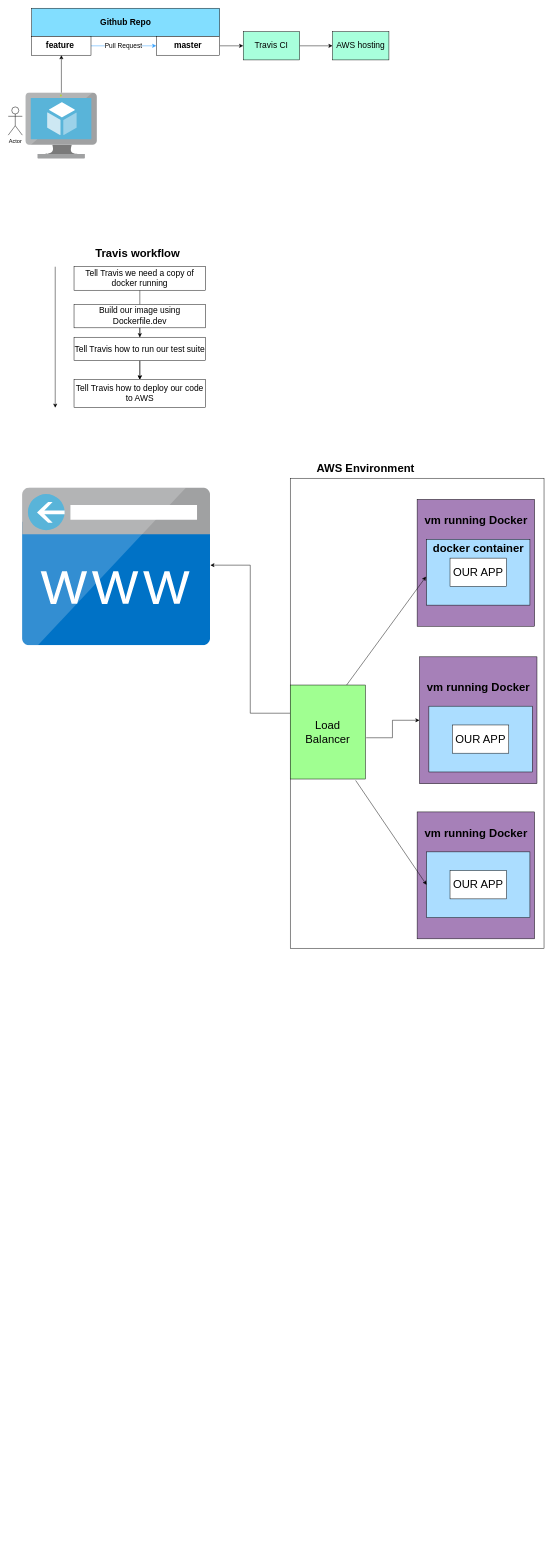
This is page "CI AND DEPLOYMENT" (8 of 10) of Untitled Diagram.drawio from hephaestus88/docker, a draw.io file, before an edit. Source tidied: cells renumbered, new cells numbered last; positions are measured from the earlier drawing's top-left corner, leaving out a move shared by most shapes. Both pictures are drawn from the tidied source at 47%, with x=0, y=0 at pixel (8, 8).
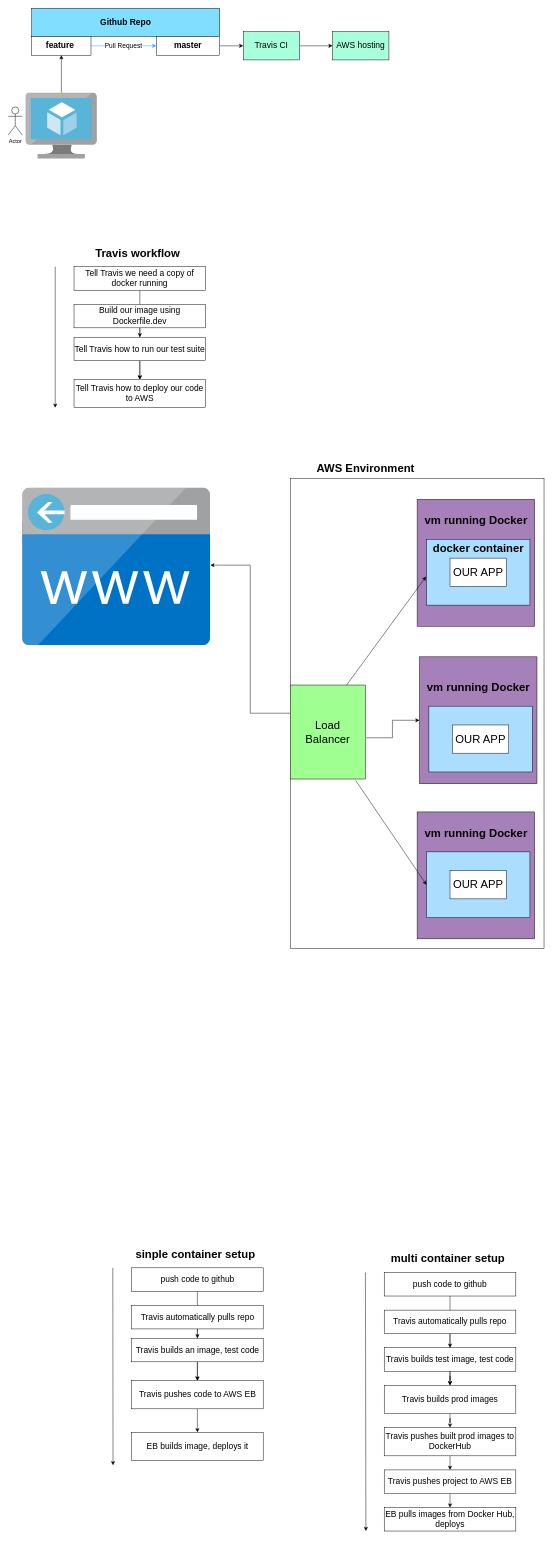
The same page after the edit.

Change to the diagram source:
```diff
@@
+    <mxCell id="43" style="edgeStyle=orthogonalEdgeStyle;rounded=0;jettySize=auto;html=1;" parent="1" edge="1" source="44" target="48">
+      <mxGeometry relative="1" as="geometry" />
+    </mxCell>
+    <mxCell id="44" value="&lt;span style=&quot;font-size: 18px;&quot;&gt;push code to github&lt;/span&gt;" style="rounded=0;whiteSpace=wrap;html=1;" parent="1" vertex="1">
+      <mxGeometry x="262.5" y="2680" width="280" height="50" as="geometry" />
+    </mxCell>
+    <mxCell id="45" style="edgeStyle=orthogonalEdgeStyle;rounded=0;jettySize=auto;html=1;" parent="1" edge="1" source="46" target="50">
+      <mxGeometry relative="1" as="geometry" />
+    </mxCell>
+    <mxCell id="46" value="&lt;span style=&quot;font-size: 18px;&quot;&gt;Travis automatically pulls repo&lt;/span&gt;" style="rounded=0;whiteSpace=wrap;html=1;" parent="1" vertex="1">
+      <mxGeometry x="262.5" y="2760" width="280" height="50" as="geometry" />
+    </mxCell>
+    <mxCell id="47" style="edgeStyle=orthogonalEdgeStyle;rounded=0;jettySize=auto;html=1;" parent="1" edge="1" source="48" target="50">
+      <mxGeometry relative="1" as="geometry" />
+    </mxCell>
+    <mxCell id="48" value="&lt;span style=&quot;font-size: 18px;&quot;&gt;Travis builds an image, test code&lt;/span&gt;" style="rounded=0;whiteSpace=wrap;html=1;" parent="1" vertex="1">
+      <mxGeometry x="262.5" y="2830" width="280" height="50" as="geometry" />
+    </mxCell>
+    <mxCell id="49" style="edgeStyle=orthogonalEdgeStyle;rounded=0;jettySize=auto;html=1;entryX=0.5;entryY=0;entryDx=0;entryDy=0;" parent="1" edge="1" source="50" target="53">
+      <mxGeometry relative="1" as="geometry" />
+    </mxCell>
+    <mxCell id="50" value="&lt;span style=&quot;font-size: 18px;&quot;&gt;Travis pushes code to AWS EB&lt;/span&gt;" style="rounded=0;whiteSpace=wrap;html=1;" parent="1" vertex="1">
+      <mxGeometry x="262.5" y="2920" width="280" height="60" as="geometry" />
+    </mxCell>
+    <mxCell id="51" style="endArrow=classic;html=1;rounded=0;" parent="1" edge="1">
+      <mxGeometry relative="1" as="geometry">
+        <mxPoint x="222.5" y="2680" as="sourcePoint" />
+        <mxPoint x="223" y="3100" as="targetPoint" />
+      </mxGeometry>
+    </mxCell>
+    <mxCell id="52" value="sinple container setup" style="text;strokeColor=none;fillColor=none;html=1;fontSize=24;fontStyle=1;verticalAlign=middle;align=center;" parent="1" vertex="1">
+      <mxGeometry x="292.5" y="2650" width="210" as="geometry" />
+    </mxCell>
+    <mxCell id="53" value="&lt;span style=&quot;font-size: 18px;&quot;&gt;EB builds image, deploys it&lt;/span&gt;" style="rounded=0;whiteSpace=wrap;html=1;" parent="1" vertex="1">
+      <mxGeometry x="262.5" y="3030" width="280" height="60" as="geometry" />
+    </mxCell>
+    <mxCell id="54" style="edgeStyle=orthogonalEdgeStyle;rounded=0;jettySize=auto;html=1;" parent="1" edge="1" source="55" target="59">
+      <mxGeometry relative="1" as="geometry" />
+    </mxCell>
+    <mxCell id="55" value="&lt;span style=&quot;font-size: 18px;&quot;&gt;push code to github&lt;/span&gt;" style="rounded=0;whiteSpace=wrap;html=1;" parent="1" vertex="1">
+      <mxGeometry x="800" y="2690" width="280" height="50" as="geometry" />
+    </mxCell>
+    <mxCell id="56" style="edgeStyle=orthogonalEdgeStyle;rounded=0;jettySize=auto;html=1;" parent="1" edge="1" source="57" target="61">
+      <mxGeometry relative="1" as="geometry" />
+    </mxCell>
+    <mxCell id="57" value="&lt;span style=&quot;font-size: 18px;&quot;&gt;Travis automatically pulls repo&lt;/span&gt;" style="rounded=0;whiteSpace=wrap;html=1;" parent="1" vertex="1">
+      <mxGeometry x="800" y="2770" width="280" height="50" as="geometry" />
+    </mxCell>
+    <mxCell id="58" style="edgeStyle=orthogonalEdgeStyle;rounded=0;jettySize=auto;html=1;" parent="1" edge="1" source="59" target="61">
+      <mxGeometry relative="1" as="geometry" />
+    </mxCell>
+    <mxCell id="59" value="&lt;span style=&quot;font-size: 18px;&quot;&gt;Travis builds test image, test code&lt;/span&gt;" style="rounded=0;whiteSpace=wrap;html=1;" parent="1" vertex="1">
+      <mxGeometry x="800" y="2850" width="280" height="50" as="geometry" />
+    </mxCell>
+    <mxCell id="60" style="edgeStyle=orthogonalEdgeStyle;rounded=0;jettySize=auto;html=1;entryX=0.5;entryY=0;entryDx=0;entryDy=0;" parent="1" edge="1" source="61" target="65">
+      <mxGeometry relative="1" as="geometry" />
+    </mxCell>
+    <mxCell id="61" value="&lt;span style=&quot;font-size: 18px;&quot;&gt;Travis builds prod images&lt;/span&gt;" style="rounded=0;whiteSpace=wrap;html=1;" parent="1" vertex="1">
+      <mxGeometry x="800" y="2930" width="280" height="60" as="geometry" />
+    </mxCell>
+    <mxCell id="62" style="endArrow=classic;html=1;rounded=0;" parent="1" edge="1">
+      <mxGeometry relative="1" as="geometry">
+        <mxPoint x="760" y="2690" as="sourcePoint" />
+        <mxPoint x="761" y="3240" as="targetPoint" />
+      </mxGeometry>
+    </mxCell>
+    <mxCell id="63" value="multi container setup" style="text;strokeColor=none;fillColor=none;html=1;fontSize=24;fontStyle=1;verticalAlign=middle;align=center;" parent="1" vertex="1">
+      <mxGeometry x="830" y="2660" width="210" as="geometry" />
+    </mxCell>
+    <mxCell id="64" style="edgeStyle=orthogonalEdgeStyle;rounded=0;jettySize=auto;html=1;exitX=0.5;exitY=1;exitDx=0;exitDy=0;entryX=0.5;entryY=0;entryDx=0;entryDy=0;" parent="1" edge="1" source="65" target="67">
+      <mxGeometry relative="1" as="geometry" />
+    </mxCell>
+    <mxCell id="65" value="&lt;span style=&quot;font-size: 18px;&quot;&gt;Travis pushes built prod images to DockerHub&lt;/span&gt;" style="rounded=0;whiteSpace=wrap;html=1;" parent="1" vertex="1">
+      <mxGeometry x="800" y="3020" width="280" height="60" as="geometry" />
+    </mxCell>
+    <mxCell id="66" style="edgeStyle=orthogonalEdgeStyle;rounded=0;jettySize=auto;html=1;exitX=0.5;exitY=1;exitDx=0;exitDy=0;entryX=0.5;entryY=0;entryDx=0;entryDy=0;" parent="1" edge="1" source="67" target="68">
+      <mxGeometry relative="1" as="geometry" />
+    </mxCell>
+    <mxCell id="67" value="&lt;span style=&quot;font-size: 18px;&quot;&gt;Travis pushes project to AWS EB&lt;/span&gt;" style="rounded=0;whiteSpace=wrap;html=1;" parent="1" vertex="1">
+      <mxGeometry x="800" y="3110" width="280" height="50" as="geometry" />
+    </mxCell>
+    <mxCell id="68" value="&lt;span style=&quot;font-size: 18px;&quot;&gt;EB pulls images from Docker Hub, deploys&lt;/span&gt;" style="rounded=0;whiteSpace=wrap;html=1;" parent="1" vertex="1">
+      <mxGeometry x="800" y="3190" width="280" height="50" as="geometry" />
+    </mxCell>
```
